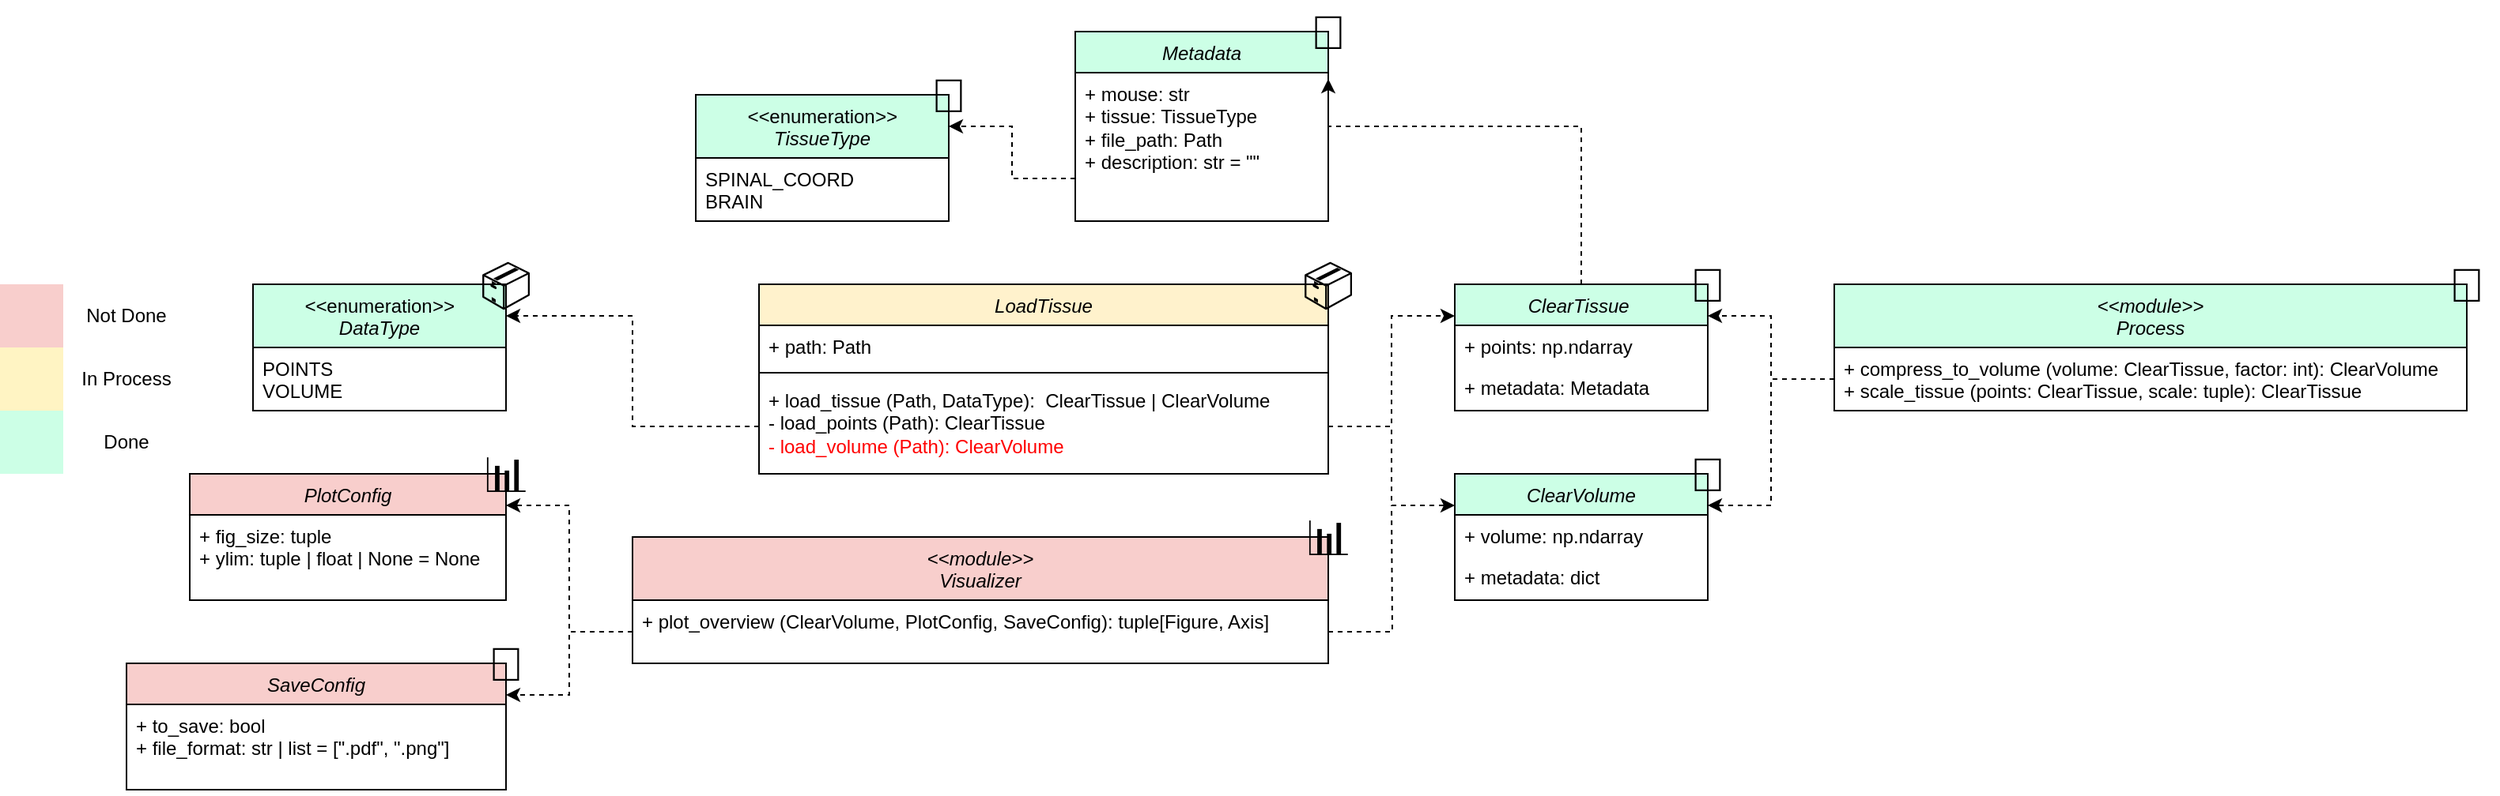
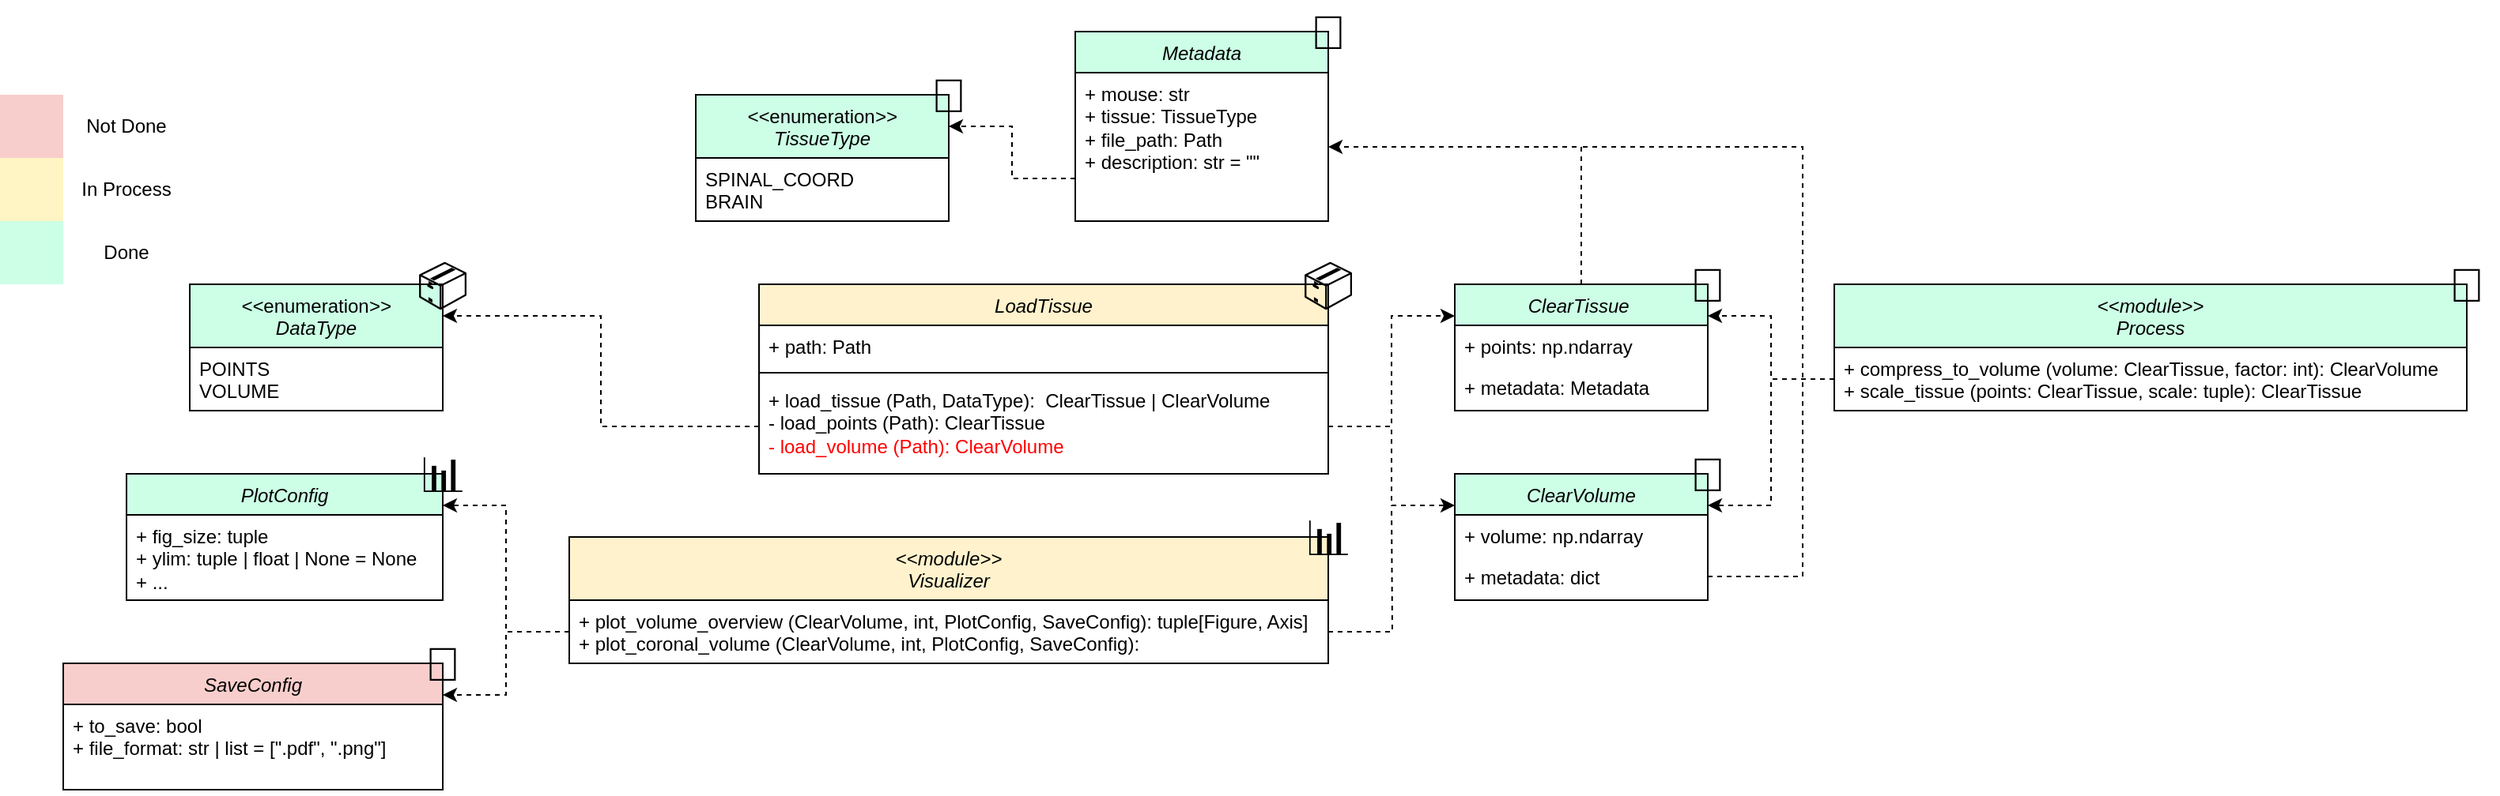
<mxfile host="Electron" agent="Mozilla/5.0 (Macintosh; Intel Mac OS X 10_15_7) AppleWebKit/537.36 (KHTML, like Gecko) draw.io/29.6.1 Chrome/142.0.7444.265 Electron/39.8.0 Safari/537.36" version="29.6.1">
  <diagram id="C5RBs43oDa-KdzZeNtuy" name="Page-1">
-     <mxGraphModel dx="2335" dy="891" grid="1" gridSize="10" guides="1" tooltips="1" connect="1" arrows="1" fold="1" page="1" pageScale="1" pageWidth="827" pageHeight="1169" math="0" shadow="0">
+     <mxGraphModel dx="2624" dy="1106" grid="1" gridSize="10" guides="1" tooltips="1" connect="1" arrows="1" fold="1" page="1" pageScale="1" pageWidth="827" pageHeight="1169" math="0" shadow="0">
      <root>
        <mxCell id="WIyWlLk6GJQsqaUBKTNV-0" />
        <mxCell id="WIyWlLk6GJQsqaUBKTNV-1" parent="WIyWlLk6GJQsqaUBKTNV-0" />
        <mxCell id="zkfFHV4jXpPFQw0GAbJ--0" parent="WIyWlLk6GJQsqaUBKTNV-1" style="swimlane;fontStyle=2;align=center;verticalAlign=top;childLayout=stackLayout;horizontal=1;startSize=26;horizontalStack=0;resizeParent=1;resizeLast=0;collapsible=1;marginBottom=0;rounded=0;shadow=0;strokeWidth=1;fillColor=#CCFFE6;" value="ClearTissue " vertex="1">
          <mxGeometry height="80" width="160" x="600" y="200" as="geometry">
            <mxRectangle height="26" width="160" x="360" y="40" as="alternateBounds" />
          </mxGeometry>
        </mxCell>
        <mxCell id="zkfFHV4jXpPFQw0GAbJ--1" parent="zkfFHV4jXpPFQw0GAbJ--0" style="text;align=left;verticalAlign=top;spacingLeft=4;spacingRight=4;overflow=hidden;rotatable=0;points=[[0,0.5],[1,0.5]];portConstraint=eastwest;" value="+ points: np.ndarray" vertex="1">
          <mxGeometry height="26" width="160" y="26" as="geometry" />
        </mxCell>
        <mxCell id="zkfFHV4jXpPFQw0GAbJ--2" parent="zkfFHV4jXpPFQw0GAbJ--0" style="text;align=left;verticalAlign=top;spacingLeft=4;spacingRight=4;overflow=hidden;rotatable=0;points=[[0,0.5],[1,0.5]];portConstraint=eastwest;rounded=0;shadow=0;html=0;" value="+ metadata: Metadata" vertex="1">
          <mxGeometry height="26" width="160" y="52" as="geometry" />
        </mxCell>
        <mxCell id="KJ-KwieZcmjA-HbrrtZJ-0" parent="WIyWlLk6GJQsqaUBKTNV-1" style="swimlane;fontStyle=1;align=center;verticalAlign=top;childLayout=stackLayout;horizontal=1;startSize=26;horizontalStack=0;resizeParent=1;resizeParentMax=0;resizeLast=0;collapsible=1;marginBottom=0;whiteSpace=wrap;html=1;fillColor=#FFF2CC;" value="&lt;i style=&quot;font-weight: normal;&quot;&gt;LoadTissue&lt;/i&gt;" vertex="1">
          <mxGeometry height="120" width="360" x="160" y="200" as="geometry" />
        </mxCell>
        <mxCell id="KJ-KwieZcmjA-HbrrtZJ-1" parent="KJ-KwieZcmjA-HbrrtZJ-0" style="text;strokeColor=none;fillColor=none;align=left;verticalAlign=top;spacingLeft=4;spacingRight=4;overflow=hidden;rotatable=0;points=[[0,0.5],[1,0.5]];portConstraint=eastwest;whiteSpace=wrap;html=1;" value="+ path: Path" vertex="1">
          <mxGeometry height="26" width="360" y="26" as="geometry" />
        </mxCell>
        <mxCell id="KJ-KwieZcmjA-HbrrtZJ-2" parent="KJ-KwieZcmjA-HbrrtZJ-0" style="line;strokeWidth=1;fillColor=none;align=left;verticalAlign=middle;spacingTop=-1;spacingLeft=3;spacingRight=3;rotatable=0;labelPosition=right;points=[];portConstraint=eastwest;strokeColor=inherit;" value="" vertex="1">
          <mxGeometry height="8" width="360" y="52" as="geometry" />
        </mxCell>
        <mxCell id="KJ-KwieZcmjA-HbrrtZJ-3" parent="KJ-KwieZcmjA-HbrrtZJ-0" style="text;strokeColor=none;fillColor=none;align=left;verticalAlign=top;spacingLeft=4;spacingRight=4;overflow=hidden;rotatable=0;points=[[0,0.5],[1,0.5]];portConstraint=eastwest;whiteSpace=wrap;html=1;" value="+ load_tissue (&lt;span style=&quot;background-color: transparent; color: light-dark(rgb(0, 0, 0), rgb(255, 255, 255));&quot;&gt;Path,&amp;nbsp;&lt;/span&gt;&lt;span style=&quot;text-align: center;&quot;&gt;DataType&lt;/span&gt;&lt;span style=&quot;background-color: transparent; color: light-dark(rgb(0, 0, 0), rgb(255, 255, 255));&quot;&gt;):&amp;nbsp; ClearTissue | ClearVolume&lt;/span&gt;&lt;div&gt;&lt;span style=&quot;background-color: transparent; color: light-dark(rgb(0, 0, 0), rgb(255, 255, 255));&quot;&gt;- load_points (Path): ClearTissue&lt;/span&gt;&lt;/div&gt;&lt;div&gt;&lt;span style=&quot;background-color: transparent;&quot;&gt;&lt;font style=&quot;color: light-dark(rgb(255, 0, 0), rgb(255, 255, 255));&quot;&gt;- load_volume (Path): ClearVolume&lt;/font&gt;&lt;/span&gt;&lt;/div&gt;" vertex="1">
          <mxGeometry height="60" width="360" y="60" as="geometry" />
        </mxCell>
        <mxCell id="KJ-KwieZcmjA-HbrrtZJ-9" parent="WIyWlLk6GJQsqaUBKTNV-1" style="swimlane;fontStyle=1;align=center;verticalAlign=top;childLayout=stackLayout;horizontal=1;startSize=40;horizontalStack=0;resizeParent=1;resizeParentMax=0;resizeLast=0;collapsible=1;marginBottom=0;whiteSpace=wrap;html=1;fillColor=#CCFFE6;" value="&lt;i style=&quot;font-weight: 400;&quot;&gt;&amp;lt;&amp;lt;&lt;/i&gt;&lt;span style=&quot;font-weight: 400;&quot;&gt;enumeration&lt;/span&gt;&lt;i style=&quot;font-weight: 400;&quot;&gt;&amp;gt;&amp;gt;&lt;/i&gt;&lt;br style=&quot;font-weight: 400;&quot;&gt;&lt;i style=&quot;font-weight: 400;&quot;&gt;DataType&lt;/i&gt;" vertex="1">
-           <mxGeometry height="80" width="160" x="-160" y="200" as="geometry" />
+           <mxGeometry height="80" width="160" x="-200" y="200" as="geometry" />
        </mxCell>
        <mxCell id="KJ-KwieZcmjA-HbrrtZJ-10" parent="KJ-KwieZcmjA-HbrrtZJ-9" style="text;strokeColor=none;fillColor=none;align=left;verticalAlign=top;spacingLeft=4;spacingRight=4;overflow=hidden;rotatable=0;points=[[0,0.5],[1,0.5]];portConstraint=eastwest;whiteSpace=wrap;html=1;" value="POINTS&lt;div&gt;VOLUME&lt;/div&gt;" vertex="1">
          <mxGeometry height="40" width="160" y="40" as="geometry" />
        </mxCell>
        <mxCell id="KJ-KwieZcmjA-HbrrtZJ-14" edge="1" parent="WIyWlLk6GJQsqaUBKTNV-1" source="KJ-KwieZcmjA-HbrrtZJ-3" style="edgeStyle=orthogonalEdgeStyle;rounded=0;orthogonalLoop=1;jettySize=auto;html=1;exitX=0;exitY=0.5;exitDx=0;exitDy=0;entryX=1;entryY=0.25;entryDx=0;entryDy=0;dashed=1;" target="KJ-KwieZcmjA-HbrrtZJ-9">
          <mxGeometry relative="1" as="geometry" />
        </mxCell>
        <mxCell id="KJ-KwieZcmjA-HbrrtZJ-15" edge="1" parent="WIyWlLk6GJQsqaUBKTNV-1" source="KJ-KwieZcmjA-HbrrtZJ-3" style="edgeStyle=orthogonalEdgeStyle;rounded=0;orthogonalLoop=1;jettySize=auto;html=1;exitX=1;exitY=0.5;exitDx=0;exitDy=0;entryX=0;entryY=0.25;entryDx=0;entryDy=0;dashed=1;" target="zkfFHV4jXpPFQw0GAbJ--0">
          <mxGeometry relative="1" as="geometry" />
        </mxCell>
        <mxCell id="KJ-KwieZcmjA-HbrrtZJ-16" parent="WIyWlLk6GJQsqaUBKTNV-1" style="swimlane;fontStyle=2;align=center;verticalAlign=top;childLayout=stackLayout;horizontal=1;startSize=26;horizontalStack=0;resizeParent=1;resizeLast=0;collapsible=1;marginBottom=0;rounded=0;shadow=0;strokeWidth=1;fillColor=light-dark(#ccffe6, #1f2f1e);" value="ClearVolume" vertex="1">
          <mxGeometry height="80" width="160" x="600" y="320" as="geometry">
            <mxRectangle height="26" width="160" x="360" y="40" as="alternateBounds" />
          </mxGeometry>
        </mxCell>
        <mxCell id="KJ-KwieZcmjA-HbrrtZJ-17" parent="KJ-KwieZcmjA-HbrrtZJ-16" style="text;align=left;verticalAlign=top;spacingLeft=4;spacingRight=4;overflow=hidden;rotatable=0;points=[[0,0.5],[1,0.5]];portConstraint=eastwest;" value="+ volume: np.ndarray" vertex="1">
          <mxGeometry height="26" width="160" y="26" as="geometry" />
        </mxCell>
        <mxCell id="KJ-KwieZcmjA-HbrrtZJ-18" parent="KJ-KwieZcmjA-HbrrtZJ-16" style="text;align=left;verticalAlign=top;spacingLeft=4;spacingRight=4;overflow=hidden;rotatable=0;points=[[0,0.5],[1,0.5]];portConstraint=eastwest;rounded=0;shadow=0;html=0;" value="+ metadata: dict" vertex="1">
          <mxGeometry height="26" width="160" y="52" as="geometry" />
        </mxCell>
        <mxCell id="KJ-KwieZcmjA-HbrrtZJ-19" edge="1" parent="WIyWlLk6GJQsqaUBKTNV-1" source="KJ-KwieZcmjA-HbrrtZJ-3" style="edgeStyle=orthogonalEdgeStyle;rounded=0;orthogonalLoop=1;jettySize=auto;html=1;exitX=1;exitY=0.5;exitDx=0;exitDy=0;entryX=0;entryY=0.25;entryDx=0;entryDy=0;dashed=1;" target="KJ-KwieZcmjA-HbrrtZJ-16">
          <mxGeometry relative="1" as="geometry" />
        </mxCell>
        <mxCell id="KJ-KwieZcmjA-HbrrtZJ-23" parent="WIyWlLk6GJQsqaUBKTNV-1" style="swimlane;fontStyle=1;align=center;verticalAlign=top;childLayout=stackLayout;horizontal=1;startSize=40;horizontalStack=0;resizeParent=1;resizeParentMax=0;resizeLast=0;collapsible=1;marginBottom=0;whiteSpace=wrap;html=1;fillColor=light-dark(#ccffe6, #1f2f1e);" value="&lt;div&gt;&lt;i style=&quot;font-weight: normal;&quot;&gt;&amp;lt;&amp;lt;module&amp;gt;&amp;gt;&lt;/i&gt;&lt;/div&gt;&lt;i style=&quot;font-weight: normal;&quot;&gt;Process&lt;/i&gt;" vertex="1">
          <mxGeometry height="80" width="400" x="840" y="200" as="geometry" />
        </mxCell>
        <mxCell id="KJ-KwieZcmjA-HbrrtZJ-26" parent="KJ-KwieZcmjA-HbrrtZJ-23" style="text;strokeColor=none;fillColor=none;align=left;verticalAlign=top;spacingLeft=4;spacingRight=4;overflow=hidden;rotatable=0;points=[[0,0.5],[1,0.5]];portConstraint=eastwest;whiteSpace=wrap;html=1;" value="+ compress_to_volume (volume: ClearTissue, factor: int): ClearVolume&lt;div&gt;+ scale_tissue (points: ClearTissue, scale: tuple): ClearTissue&lt;/div&gt;" vertex="1">
          <mxGeometry height="40" width="400" y="40" as="geometry" />
        </mxCell>
        <mxCell id="KJ-KwieZcmjA-HbrrtZJ-27" edge="1" parent="WIyWlLk6GJQsqaUBKTNV-1" source="KJ-KwieZcmjA-HbrrtZJ-26" style="edgeStyle=orthogonalEdgeStyle;rounded=0;orthogonalLoop=1;jettySize=auto;html=1;exitX=0;exitY=0.5;exitDx=0;exitDy=0;entryX=1;entryY=0.25;entryDx=0;entryDy=0;dashed=1;" target="zkfFHV4jXpPFQw0GAbJ--0">
          <mxGeometry relative="1" as="geometry" />
        </mxCell>
        <mxCell id="KJ-KwieZcmjA-HbrrtZJ-28" edge="1" parent="WIyWlLk6GJQsqaUBKTNV-1" source="KJ-KwieZcmjA-HbrrtZJ-26" style="edgeStyle=orthogonalEdgeStyle;rounded=0;orthogonalLoop=1;jettySize=auto;html=1;exitX=0;exitY=0.5;exitDx=0;exitDy=0;entryX=1;entryY=0.25;entryDx=0;entryDy=0;dashed=1;" target="KJ-KwieZcmjA-HbrrtZJ-16">
          <mxGeometry relative="1" as="geometry" />
        </mxCell>
-         <mxCell id="KJ-KwieZcmjA-HbrrtZJ-29" parent="WIyWlLk6GJQsqaUBKTNV-1" style="swimlane;fontStyle=1;align=center;verticalAlign=top;childLayout=stackLayout;horizontal=1;startSize=40;horizontalStack=0;resizeParent=1;resizeParentMax=0;resizeLast=0;collapsible=1;marginBottom=0;whiteSpace=wrap;html=1;fillColor=#F8CECC;" value="&lt;div&gt;&lt;i style=&quot;font-weight: normal;&quot;&gt;&amp;lt;&amp;lt;module&amp;gt;&amp;gt;&lt;/i&gt;&lt;i style=&quot;font-weight: normal;&quot;&gt;&lt;/i&gt;&lt;/div&gt;&lt;i style=&quot;font-weight: normal;&quot;&gt;Visualizer&lt;/i&gt;" vertex="1">
-           <mxGeometry height="80" width="440" x="80" y="360" as="geometry" />
+         <mxCell id="KJ-KwieZcmjA-HbrrtZJ-29" parent="WIyWlLk6GJQsqaUBKTNV-1" style="swimlane;fontStyle=1;align=center;verticalAlign=top;childLayout=stackLayout;horizontal=1;startSize=40;horizontalStack=0;resizeParent=1;resizeParentMax=0;resizeLast=0;collapsible=1;marginBottom=0;whiteSpace=wrap;html=1;fillColor=#FFF2CC;" value="&lt;div&gt;&lt;i style=&quot;font-weight: normal;&quot;&gt;&amp;lt;&amp;lt;module&amp;gt;&amp;gt;&lt;/i&gt;&lt;i style=&quot;font-weight: normal;&quot;&gt;&lt;/i&gt;&lt;/div&gt;&lt;i style=&quot;font-weight: normal;&quot;&gt;Visualizer&lt;/i&gt;" vertex="1">
+           <mxGeometry height="80" width="480" x="40" y="360" as="geometry" />
        </mxCell>
-         <mxCell id="KJ-KwieZcmjA-HbrrtZJ-32" parent="KJ-KwieZcmjA-HbrrtZJ-29" style="text;strokeColor=none;fillColor=none;align=left;verticalAlign=top;spacingLeft=4;spacingRight=4;overflow=hidden;rotatable=0;points=[[0,0.5],[1,0.5]];portConstraint=eastwest;whiteSpace=wrap;html=1;" value="+ plot_overview (ClearVolume, PlotConfig, SaveConfig): tuple[Figure, Axis]" vertex="1">
-           <mxGeometry height="40" width="440" y="40" as="geometry" />
+         <mxCell id="KJ-KwieZcmjA-HbrrtZJ-32" parent="KJ-KwieZcmjA-HbrrtZJ-29" style="text;strokeColor=none;fillColor=none;align=left;verticalAlign=top;spacingLeft=4;spacingRight=4;overflow=hidden;rotatable=0;points=[[0,0.5],[1,0.5]];portConstraint=eastwest;whiteSpace=wrap;html=1;" value="+ plot_volume_overview (ClearVolume, int, PlotConfig, SaveConfig): tuple[Figure, Axis]&lt;div&gt;+ plot_coronal_volume&amp;nbsp;&lt;span style=&quot;background-color: transparent; color: light-dark(rgb(0, 0, 0), rgb(255, 255, 255));&quot;&gt;(ClearVolume, int, PlotConfig, SaveConfig):&lt;/span&gt;&lt;/div&gt;" vertex="1">
+           <mxGeometry height="40" width="480" y="40" as="geometry" />
        </mxCell>
-         <mxCell id="KJ-KwieZcmjA-HbrrtZJ-33" parent="WIyWlLk6GJQsqaUBKTNV-1" style="swimlane;fontStyle=1;align=center;verticalAlign=top;childLayout=stackLayout;horizontal=1;startSize=26;horizontalStack=0;resizeParent=1;resizeParentMax=0;resizeLast=0;collapsible=1;marginBottom=0;whiteSpace=wrap;html=1;fillColor=#F8CECC;" value="&lt;i style=&quot;font-weight: normal;&quot;&gt;PlotConfig&lt;/i&gt;" vertex="1">
-           <mxGeometry height="80" width="200" x="-200" y="320" as="geometry" />
+         <mxCell id="KJ-KwieZcmjA-HbrrtZJ-33" parent="WIyWlLk6GJQsqaUBKTNV-1" style="swimlane;fontStyle=1;align=center;verticalAlign=top;childLayout=stackLayout;horizontal=1;startSize=26;horizontalStack=0;resizeParent=1;resizeParentMax=0;resizeLast=0;collapsible=1;marginBottom=0;whiteSpace=wrap;html=1;fillColor=#CCFFE6;" value="&lt;i style=&quot;font-weight: normal;&quot;&gt;PlotConfig&lt;/i&gt;" vertex="1">
+           <mxGeometry height="80" width="200" x="-240" y="320" as="geometry" />
        </mxCell>
-         <mxCell id="KJ-KwieZcmjA-HbrrtZJ-34" parent="KJ-KwieZcmjA-HbrrtZJ-33" style="text;strokeColor=none;fillColor=none;align=left;verticalAlign=top;spacingLeft=4;spacingRight=4;overflow=hidden;rotatable=0;points=[[0,0.5],[1,0.5]];portConstraint=eastwest;whiteSpace=wrap;html=1;" value="+ fig_size: tuple&lt;div&gt;+ ylim: tuple | float | None = None&lt;/div&gt;" vertex="1">
+         <mxCell id="KJ-KwieZcmjA-HbrrtZJ-34" parent="KJ-KwieZcmjA-HbrrtZJ-33" style="text;strokeColor=none;fillColor=none;align=left;verticalAlign=top;spacingLeft=4;spacingRight=4;overflow=hidden;rotatable=0;points=[[0,0.5],[1,0.5]];portConstraint=eastwest;whiteSpace=wrap;html=1;" value="+ fig_size: tuple&lt;div&gt;+ ylim: tuple | float | None = None&lt;/div&gt;&lt;div&gt;+ ...&lt;/div&gt;" vertex="1">
          <mxGeometry height="54" width="200" y="26" as="geometry" />
        </mxCell>
        <mxCell id="KJ-KwieZcmjA-HbrrtZJ-37" parent="WIyWlLk6GJQsqaUBKTNV-1" style="swimlane;fontStyle=1;align=center;verticalAlign=top;childLayout=stackLayout;horizontal=1;startSize=26;horizontalStack=0;resizeParent=1;resizeParentMax=0;resizeLast=0;collapsible=1;marginBottom=0;whiteSpace=wrap;html=1;fillColor=#F8CECC;" value="&lt;i style=&quot;font-weight: normal;&quot;&gt;SaveConfig&lt;/i&gt;" vertex="1">
-           <mxGeometry height="80" width="240" x="-240" y="440" as="geometry" />
+           <mxGeometry height="80" width="240" x="-280" y="440" as="geometry" />
        </mxCell>
        <mxCell id="KJ-KwieZcmjA-HbrrtZJ-38" parent="KJ-KwieZcmjA-HbrrtZJ-37" style="text;strokeColor=none;fillColor=none;align=left;verticalAlign=top;spacingLeft=4;spacingRight=4;overflow=hidden;rotatable=0;points=[[0,0.5],[1,0.5]];portConstraint=eastwest;whiteSpace=wrap;html=1;" value="+ to_save&lt;span style=&quot;background-color: transparent; color: light-dark(rgb(0, 0, 0), rgb(255, 255, 255));&quot;&gt;: bool&lt;/span&gt;&lt;div&gt;&lt;div&gt;+ file_format: str | list = [&quot;.pdf&quot;, &quot;.png&quot;]&lt;/div&gt;&lt;/div&gt;" vertex="1">
          <mxGeometry height="54" width="240" y="26" as="geometry" />
        </mxCell>
        <mxCell id="KJ-KwieZcmjA-HbrrtZJ-40" edge="1" parent="WIyWlLk6GJQsqaUBKTNV-1" source="KJ-KwieZcmjA-HbrrtZJ-32" style="edgeStyle=orthogonalEdgeStyle;rounded=0;orthogonalLoop=1;jettySize=auto;html=1;exitX=0;exitY=0.5;exitDx=0;exitDy=0;entryX=1;entryY=0.25;entryDx=0;entryDy=0;dashed=1;" target="KJ-KwieZcmjA-HbrrtZJ-37">
          <mxGeometry relative="1" as="geometry">
            <Array as="points">
-               <mxPoint x="40" y="420" />
-               <mxPoint x="40" y="460" />
+               <mxPoint y="420" />
+               <mxPoint y="460" />
            </Array>
          </mxGeometry>
        </mxCell>
        <mxCell id="KJ-KwieZcmjA-HbrrtZJ-41" edge="1" parent="WIyWlLk6GJQsqaUBKTNV-1" source="KJ-KwieZcmjA-HbrrtZJ-32" style="edgeStyle=orthogonalEdgeStyle;rounded=0;orthogonalLoop=1;jettySize=auto;html=1;exitX=1;exitY=0.5;exitDx=0;exitDy=0;dashed=1;strokeWidth=1;endArrow=none;endFill=0;">
          <mxGeometry relative="1" as="geometry">
            <mxPoint x="560" y="340" as="targetPoint" />
          </mxGeometry>
        </mxCell>
        <mxCell id="KJ-KwieZcmjA-HbrrtZJ-42" edge="1" parent="WIyWlLk6GJQsqaUBKTNV-1" source="KJ-KwieZcmjA-HbrrtZJ-32" style="edgeStyle=orthogonalEdgeStyle;rounded=0;orthogonalLoop=1;jettySize=auto;html=1;exitX=0;exitY=0.5;exitDx=0;exitDy=0;entryX=1;entryY=0.25;entryDx=0;entryDy=0;dashed=1;" target="KJ-KwieZcmjA-HbrrtZJ-33">
          <mxGeometry relative="1" as="geometry">
            <Array as="points">
-               <mxPoint x="40" y="420" />
-               <mxPoint x="40" y="340" />
+               <mxPoint y="420" />
+               <mxPoint y="340" />
            </Array>
          </mxGeometry>
        </mxCell>
        <mxCell id="KJ-KwieZcmjA-HbrrtZJ-43" parent="WIyWlLk6GJQsqaUBKTNV-1" style="rounded=0;whiteSpace=wrap;html=1;strokeColor=none;fillColor=#CCFFE6;" value="" vertex="1">
-           <mxGeometry height="40" width="40" x="-320" y="280" as="geometry" />
+           <mxGeometry height="40" width="40" x="-320" y="160" as="geometry" />
        </mxCell>
        <mxCell id="KJ-KwieZcmjA-HbrrtZJ-44" parent="WIyWlLk6GJQsqaUBKTNV-1" style="rounded=0;whiteSpace=wrap;html=1;strokeColor=none;fillColor=#FFF4C3;" value="" vertex="1">
-           <mxGeometry height="40" width="40" x="-320" y="240" as="geometry" />
+           <mxGeometry height="40" width="40" x="-320" y="120" as="geometry" />
        </mxCell>
        <mxCell id="KJ-KwieZcmjA-HbrrtZJ-45" parent="WIyWlLk6GJQsqaUBKTNV-1" style="rounded=0;whiteSpace=wrap;html=1;strokeColor=none;fillColor=#F8CECC;" value="" vertex="1">
-           <mxGeometry height="40" width="40" x="-320" y="200" as="geometry" />
+           <mxGeometry height="40" width="40" x="-320" y="80" as="geometry" />
        </mxCell>
        <mxCell id="KJ-KwieZcmjA-HbrrtZJ-46" parent="WIyWlLk6GJQsqaUBKTNV-1" style="text;html=1;whiteSpace=wrap;strokeColor=none;fillColor=none;align=center;verticalAlign=middle;rounded=0;" value="Not Done" vertex="1">
-           <mxGeometry height="40" width="80" x="-280" y="200" as="geometry" />
+           <mxGeometry height="40" width="80" x="-280" y="80" as="geometry" />
        </mxCell>
        <mxCell id="KJ-KwieZcmjA-HbrrtZJ-47" parent="WIyWlLk6GJQsqaUBKTNV-1" style="text;html=1;whiteSpace=wrap;strokeColor=none;fillColor=none;align=center;verticalAlign=middle;rounded=0;" value="In Process" vertex="1">
-           <mxGeometry height="40" width="80" x="-280" y="240" as="geometry" />
+           <mxGeometry height="40" width="80" x="-280" y="120" as="geometry" />
        </mxCell>
        <mxCell id="KJ-KwieZcmjA-HbrrtZJ-48" parent="WIyWlLk6GJQsqaUBKTNV-1" style="text;html=1;whiteSpace=wrap;strokeColor=none;fillColor=none;align=center;verticalAlign=middle;rounded=0;" value="Done" vertex="1">
-           <mxGeometry height="40" width="80" x="-280" y="280" as="geometry" />
+           <mxGeometry height="40" width="80" x="-280" y="160" as="geometry" />
        </mxCell>
        <mxCell id="KJ-KwieZcmjA-HbrrtZJ-49" parent="WIyWlLk6GJQsqaUBKTNV-1" style="text;html=1;whiteSpace=wrap;strokeColor=none;fillColor=none;align=center;verticalAlign=middle;rounded=0;fontSize=30;" value="📦" vertex="1">
-           <mxGeometry height="40" width="40" x="-20" y="180" as="geometry" />
+           <mxGeometry height="40" width="40" x="-60" y="180" as="geometry" />
        </mxCell>
        <mxCell id="KJ-KwieZcmjA-HbrrtZJ-51" parent="WIyWlLk6GJQsqaUBKTNV-1" style="text;html=1;whiteSpace=wrap;strokeColor=none;fillColor=none;align=center;verticalAlign=middle;rounded=0;fontSize=30;" value="📦" vertex="1">
          <mxGeometry height="40" width="40" x="500" y="180" as="geometry" />
        </mxCell>
        <mxCell id="KJ-KwieZcmjA-HbrrtZJ-52" parent="WIyWlLk6GJQsqaUBKTNV-1" style="text;html=1;whiteSpace=wrap;strokeColor=none;fillColor=none;align=center;verticalAlign=middle;rounded=0;fontSize=30;" value="🧪" vertex="1">
          <mxGeometry height="40" width="40" x="740" y="180" as="geometry" />
        </mxCell>
        <mxCell id="KJ-KwieZcmjA-HbrrtZJ-53" parent="WIyWlLk6GJQsqaUBKTNV-1" style="text;html=1;whiteSpace=wrap;strokeColor=none;fillColor=none;align=center;verticalAlign=middle;rounded=0;fontSize=30;" value="🧪" vertex="1">
          <mxGeometry height="40" width="40" x="740" y="300" as="geometry" />
        </mxCell>
        <mxCell id="KJ-KwieZcmjA-HbrrtZJ-54" parent="WIyWlLk6GJQsqaUBKTNV-1" style="text;html=1;whiteSpace=wrap;strokeColor=none;fillColor=none;align=center;verticalAlign=middle;rounded=0;fontSize=30;" value="📊" vertex="1">
          <mxGeometry height="40" width="40" x="500" y="340" as="geometry" />
        </mxCell>
        <mxCell id="KJ-KwieZcmjA-HbrrtZJ-55" parent="WIyWlLk6GJQsqaUBKTNV-1" style="text;html=1;whiteSpace=wrap;strokeColor=none;fillColor=none;align=center;verticalAlign=middle;rounded=0;fontSize=30;" value="📊" vertex="1">
-           <mxGeometry height="40" width="40" x="-20" y="300" as="geometry" />
+           <mxGeometry height="40" width="40" x="-60" y="300" as="geometry" />
        </mxCell>
        <mxCell id="KJ-KwieZcmjA-HbrrtZJ-56" parent="WIyWlLk6GJQsqaUBKTNV-1" style="text;html=1;whiteSpace=wrap;strokeColor=none;fillColor=none;align=center;verticalAlign=middle;rounded=0;fontSize=30;" value="💾" vertex="1">
-           <mxGeometry height="40" width="40" x="-20" y="420" as="geometry" />
+           <mxGeometry height="40" width="40" x="-60" y="420" as="geometry" />
        </mxCell>
        <mxCell id="KJ-KwieZcmjA-HbrrtZJ-57" parent="WIyWlLk6GJQsqaUBKTNV-1" style="text;html=1;whiteSpace=wrap;strokeColor=none;fillColor=none;align=center;verticalAlign=middle;rounded=0;fontSize=30;" value="🍔" vertex="1">
          <mxGeometry height="40" width="40" x="1220" y="180" as="geometry" />
        </mxCell>
        <mxCell id="KJ-KwieZcmjA-HbrrtZJ-58" parent="WIyWlLk6GJQsqaUBKTNV-1" style="swimlane;fontStyle=1;align=center;verticalAlign=top;childLayout=stackLayout;horizontal=1;startSize=26;horizontalStack=0;resizeParent=1;resizeParentMax=0;resizeLast=0;collapsible=1;marginBottom=0;whiteSpace=wrap;html=1;fillColor=#CCFFE6;" value="&lt;i style=&quot;font-weight: normal;&quot;&gt;Metadata&lt;/i&gt;" vertex="1">
          <mxGeometry height="120" width="160" x="360" y="40" as="geometry" />
        </mxCell>
        <mxCell id="KJ-KwieZcmjA-HbrrtZJ-59" parent="KJ-KwieZcmjA-HbrrtZJ-58" style="text;strokeColor=none;fillColor=none;align=left;verticalAlign=top;spacingLeft=4;spacingRight=4;overflow=hidden;rotatable=0;points=[[0,0.5],[1,0.5]];portConstraint=eastwest;whiteSpace=wrap;html=1;" value="+ mouse: str&lt;div&gt;+ tissue: TissueType&lt;/div&gt;&lt;div&gt;+ file_path: Path&lt;/div&gt;&lt;div&gt;+ description: str = &quot;&quot;&lt;/div&gt;" vertex="1">
          <mxGeometry height="94" width="160" y="26" as="geometry" />
        </mxCell>
        <mxCell id="KJ-KwieZcmjA-HbrrtZJ-60" parent="WIyWlLk6GJQsqaUBKTNV-1" style="text;html=1;whiteSpace=wrap;strokeColor=none;fillColor=none;align=center;verticalAlign=middle;rounded=0;fontSize=30;" value="🔎" vertex="1">
          <mxGeometry height="40" width="40" x="500" y="20" as="geometry" />
        </mxCell>
-         <mxCell id="KJ-KwieZcmjA-HbrrtZJ-61" edge="1" parent="WIyWlLk6GJQsqaUBKTNV-1" source="zkfFHV4jXpPFQw0GAbJ--0" style="edgeStyle=orthogonalEdgeStyle;rounded=0;orthogonalLoop=1;jettySize=auto;html=1;exitX=0.5;exitY=0;exitDx=0;exitDy=0;entryX=1;entryY=0.25;entryDx=0;entryDy=0;dashed=1;" target="KJ-KwieZcmjA-HbrrtZJ-58">
+         <mxCell id="KJ-KwieZcmjA-HbrrtZJ-61" edge="1" parent="WIyWlLk6GJQsqaUBKTNV-1" source="zkfFHV4jXpPFQw0GAbJ--0" style="edgeStyle=orthogonalEdgeStyle;rounded=0;orthogonalLoop=1;jettySize=auto;html=1;exitX=0.5;exitY=0;exitDx=0;exitDy=0;entryX=1;entryY=0.5;entryDx=0;entryDy=0;dashed=1;" target="KJ-KwieZcmjA-HbrrtZJ-59">
          <mxGeometry relative="1" as="geometry">
            <Array as="points">
-               <mxPoint x="680" y="100" />
+               <mxPoint x="680" y="113" />
            </Array>
            <mxPoint x="630" y="100" as="targetPoint" />
          </mxGeometry>
        </mxCell>
        <mxCell id="KJ-KwieZcmjA-HbrrtZJ-62" parent="WIyWlLk6GJQsqaUBKTNV-1" style="swimlane;fontStyle=1;align=center;verticalAlign=top;childLayout=stackLayout;horizontal=1;startSize=40;horizontalStack=0;resizeParent=1;resizeParentMax=0;resizeLast=0;collapsible=1;marginBottom=0;whiteSpace=wrap;html=1;fillColor=#CCFFE6;" value="&lt;i style=&quot;font-weight: 400;&quot;&gt;&amp;lt;&amp;lt;&lt;/i&gt;&lt;span style=&quot;font-weight: 400;&quot;&gt;enumeration&lt;/span&gt;&lt;i style=&quot;font-weight: 400;&quot;&gt;&amp;gt;&amp;gt;&lt;/i&gt;&lt;br style=&quot;font-weight: 400;&quot;&gt;&lt;i style=&quot;font-weight: 400;&quot;&gt;TissueType&lt;/i&gt;" vertex="1">
          <mxGeometry height="80" width="160" x="120" y="80" as="geometry" />
        </mxCell>
        <mxCell id="KJ-KwieZcmjA-HbrrtZJ-63" parent="KJ-KwieZcmjA-HbrrtZJ-62" style="text;strokeColor=none;fillColor=none;align=left;verticalAlign=top;spacingLeft=4;spacingRight=4;overflow=hidden;rotatable=0;points=[[0,0.5],[1,0.5]];portConstraint=eastwest;whiteSpace=wrap;html=1;" value="SPINAL_COORD&lt;div&gt;BRAIN&lt;/div&gt;" vertex="1">
          <mxGeometry height="40" width="160" y="40" as="geometry" />
        </mxCell>
        <mxCell id="KJ-KwieZcmjA-HbrrtZJ-64" parent="WIyWlLk6GJQsqaUBKTNV-1" style="text;html=1;whiteSpace=wrap;strokeColor=none;fillColor=none;align=center;verticalAlign=middle;rounded=0;fontSize=30;" value="🧪" vertex="1">
          <mxGeometry height="40" width="40" x="260" y="60" as="geometry" />
        </mxCell>
        <mxCell id="KJ-KwieZcmjA-HbrrtZJ-65" edge="1" parent="WIyWlLk6GJQsqaUBKTNV-1" source="KJ-KwieZcmjA-HbrrtZJ-59" style="edgeStyle=orthogonalEdgeStyle;rounded=0;orthogonalLoop=1;jettySize=auto;html=1;entryX=1;entryY=0.25;entryDx=0;entryDy=0;dashed=1;" target="KJ-KwieZcmjA-HbrrtZJ-62" value="">
          <mxGeometry relative="1" as="geometry">
            <Array as="points">
              <mxPoint x="320" y="133" />
              <mxPoint x="320" y="100" />
            </Array>
          </mxGeometry>
        </mxCell>
+         <mxCell id="9kSy1MCf90ZuvKtcXz_z-0" edge="1" parent="WIyWlLk6GJQsqaUBKTNV-1" source="KJ-KwieZcmjA-HbrrtZJ-18" style="edgeStyle=orthogonalEdgeStyle;rounded=0;orthogonalLoop=1;jettySize=auto;html=1;exitX=1;exitY=0.5;exitDx=0;exitDy=0;dashed=1;endArrow=none;endFill=0;">
+           <mxGeometry relative="1" as="geometry">
+             <Array as="points">
+               <mxPoint x="820" y="385" />
+               <mxPoint x="820" y="113" />
+             </Array>
+             <mxPoint x="680" y="113" as="targetPoint" />
+           </mxGeometry>
+         </mxCell>
      </root>
    </mxGraphModel>
  </diagram>
</mxfile>
